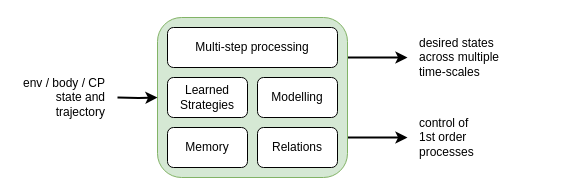
Above: page "rational-std-mgmt" (11 of 12) of files/A-coherent-theory-v1.drawio in malcolmlett/malcolmlett.github.io (draw.io), before the change. Source tidied: cells renumbered, new cells numbered last; positions are measured from the earlier drawing's top-left corner, leaving out a move shared by most shapes. Both pictures are drawn from the tidied source at 100%, with x=0, y=0 at pixel (17, 17).
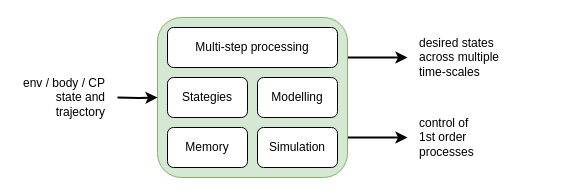
Above is the later version.

The edit, as a diff of the source:
```diff
@@
 <mxGraphModel>
   <root>
     <mxCell id="0" />
     <mxCell id="1" parent="0" />
     <mxCell id="2" style="edgeStyle=orthogonalEdgeStyle;rounded=0;jettySize=auto;html=1;strokeWidth=2;fontSize=12;exitX=1;exitY=0.75;exitDx=0;exitDy=0;" parent="1" edge="1" source="4">
       <mxGeometry relative="1" as="geometry">
         <mxPoint x="390" y="120" as="targetPoint" />
       </mxGeometry>
     </mxCell>
     <mxCell id="3" style="edgeStyle=orthogonalEdgeStyle;rounded=0;jettySize=auto;html=1;strokeWidth=2;fontSize=12;exitX=1;exitY=0.25;exitDx=0;exitDy=0;" parent="1" edge="1" source="4">
       <mxGeometry relative="1" as="geometry">
         <mxPoint x="390" y="40" as="targetPoint" />
       </mxGeometry>
     </mxCell>
     <mxCell id="4" style="rounded=1;whiteSpace=wrap;html=1;fillColor=#d5e8d4;strokeColor=#82b366;" parent="1" vertex="1">
       <mxGeometry x="140" width="190" height="160" as="geometry" />
     </mxCell>
     <mxCell id="5" value="Multi-step processing" style="rounded=1;whiteSpace=wrap;html=1;labelBackgroundColor=none;fontSize=12;" parent="1" vertex="1">
       <mxGeometry x="150" y="10" width="170" height="40" as="geometry" />
     </mxCell>
-    <mxCell id="6" value="Learned&lt;br&gt;Strategies" style="rounded=1;whiteSpace=wrap;html=1;labelBackgroundColor=none;fontSize=12;" parent="1" vertex="1">
+    <mxCell id="6" value="Stategies" style="rounded=1;whiteSpace=wrap;html=1;labelBackgroundColor=none;fontSize=12;" parent="1" vertex="1">
       <mxGeometry x="150" y="60" width="80" height="40" as="geometry" />
     </mxCell>
     <mxCell id="7" value="Modelling" style="rounded=1;whiteSpace=wrap;html=1;labelBackgroundColor=none;fontSize=12;" parent="1" vertex="1">
       <mxGeometry x="240" y="60" width="80" height="40" as="geometry" />
     </mxCell>
     <mxCell id="8" value="Memory" style="rounded=1;whiteSpace=wrap;html=1;labelBackgroundColor=none;fontSize=12;" parent="1" vertex="1">
       <mxGeometry x="150" y="110" width="80" height="40" as="geometry" />
     </mxCell>
-    <mxCell id="9" value="Relations" style="rounded=1;whiteSpace=wrap;html=1;labelBackgroundColor=none;fontSize=12;" parent="1" vertex="1">
+    <mxCell id="9" value="Simulation" style="rounded=1;whiteSpace=wrap;html=1;labelBackgroundColor=none;fontSize=12;" parent="1" vertex="1">
       <mxGeometry x="240" y="110" width="80" height="40" as="geometry" />
     </mxCell>
     <mxCell id="10" style="edgeStyle=orthogonalEdgeStyle;rounded=0;jettySize=auto;html=1;strokeWidth=2;fontSize=12;" parent="1" edge="1" target="4">
       <mxGeometry relative="1" as="geometry">
         <mxPoint x="100" y="80" as="sourcePoint" />
       </mxGeometry>
     </mxCell>
     <mxCell id="11" value="desired states&lt;br&gt;across multiple&lt;br&gt;time-scales" style="text;html=1;strokeColor=none;fillColor=none;align=left;verticalAlign=middle;whiteSpace=wrap;rounded=0;fontSize=12;" parent="1" vertex="1">
       <mxGeometry x="400" y="30" width="130" height="20" as="geometry" />
     </mxCell>
     <mxCell id="12" value="control of&lt;br&gt;1st order&lt;br&gt;processes" style="text;html=1;strokeColor=none;fillColor=none;align=left;verticalAlign=middle;whiteSpace=wrap;rounded=0;fontSize=12;" parent="1" vertex="1">
       <mxGeometry x="400" y="110" width="80" height="20" as="geometry" />
     </mxCell>
     <mxCell id="13" value="env / body / CP&lt;br&gt;state and&lt;br&gt;trajectory" style="text;html=1;strokeColor=none;fillColor=none;align=right;verticalAlign=middle;whiteSpace=wrap;rounded=0;fontSize=12;" parent="1" vertex="1">
       <mxGeometry y="70" width="90" height="20" as="geometry" />
     </mxCell>
   </root>
 </mxGraphModel>
```
